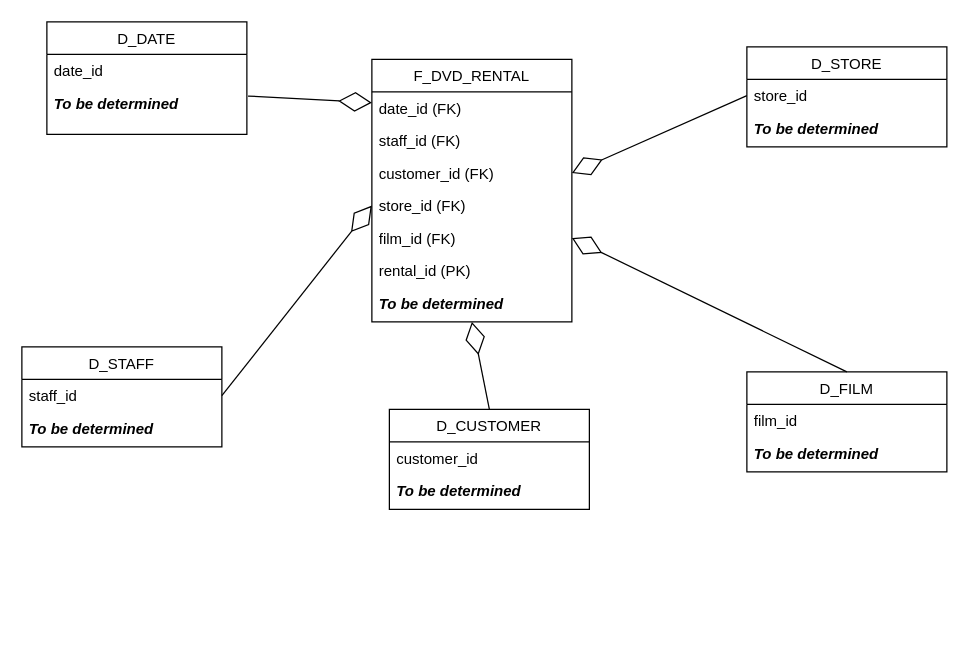
luhoangve24/Diagram keeps this draw.io diagram as Biểu đồ không có tiêu đề.drawio. Above is the earlier version. Source tidied: cells renumbered, new cells numbered last; positions are measured from the earlier drawing's top-left corner, leaving out a move shared by most shapes. Both pictures are drawn from the tidied source at 125%, with x=0, y=0 at pixel (21, 21).
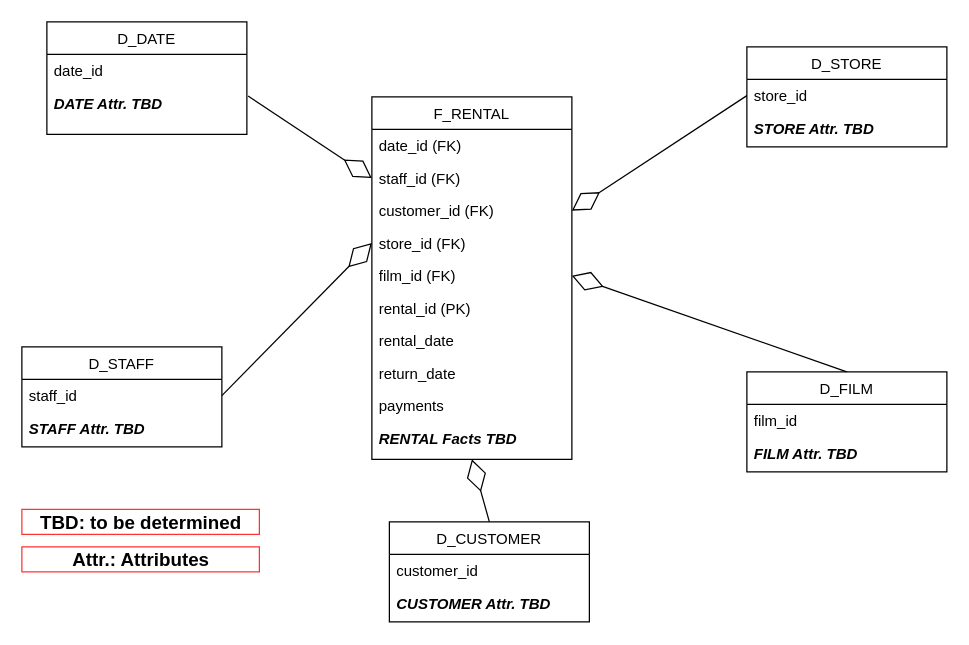
The same diagram, later.

Commit message:
Cập nhật Biểu đồ không có tiêu đề.drawio

Unchanged cells that the change refers to:
```xml
<mxCell id="3" value="date_id (FK)" style="text;align=left;verticalAlign=top;spacingLeft=4;spacingRight=4;overflow=hidden;points=[[0,0.5],[1,0.5]];portConstraint=eastwest;" parent="2" vertex="1">
  <mxGeometry y="26" width="160" height="26" as="geometry" />
</mxCell>
<mxCell id="4" value="staff_id (FK)" style="text;align=left;verticalAlign=top;spacingLeft=4;spacingRight=4;overflow=hidden;points=[[0,0.5],[1,0.5]];portConstraint=eastwest;" parent="2" vertex="1">
  <mxGeometry y="52" width="160" height="26" as="geometry" />
</mxCell>
<mxCell id="10" value="D_DATE" style="swimlane;fontStyle=0;align=center;verticalAlign=top;horizontal=1;startSize=26;rounded=0;shadow=0;strokeWidth=1;" parent="1" vertex="1">
  <mxGeometry x="20" width="160" height="90" as="geometry" />
</mxCell>
<mxCell id="13" value="D_STORE" style="swimlane;fontStyle=0;align=center;verticalAlign=top;horizontal=1;startSize=26;rounded=0;shadow=0;strokeWidth=1;" parent="1" vertex="1">
  <mxGeometry x="580" y="20" width="160" height="80" as="geometry" />
</mxCell>
<mxCell id="16" value="D_FILM" style="swimlane;fontStyle=0;align=center;verticalAlign=top;horizontal=1;startSize=26;rounded=0;shadow=0;strokeWidth=1;" parent="1" vertex="1">
  <mxGeometry x="580" y="280" width="160" height="80" as="geometry" />
</mxCell>
<mxCell id="19" value="D_STAFF" style="swimlane;fontStyle=0;align=center;verticalAlign=top;horizontal=1;startSize=26;rounded=0;shadow=0;strokeWidth=1;" parent="1" vertex="1">
  <mxGeometry y="260" width="160" height="80" as="geometry" />
</mxCell>
```

Change to the diagram source:
```diff
@@
-    <mxCell id="2" value="F_DVD_RENTAL" style="swimlane;fontStyle=0;align=center;verticalAlign=top;horizontal=1;startSize=26;rounded=0;shadow=0;strokeWidth=1;" parent="1" vertex="1">
-      <mxGeometry x="280" y="30" width="160" height="210" as="geometry" />
+    <mxCell id="2" value="F_RENTAL" style="swimlane;fontStyle=0;align=center;verticalAlign=top;horizontal=1;startSize=26;rounded=0;shadow=0;strokeWidth=1;" parent="1" vertex="1">
+      <mxGeometry x="280" y="60" width="160" height="290" as="geometry" />
     </mxCell>
@@
+    <mxCell id="30" value="rental_date" style="text;align=left;verticalAlign=top;spacingLeft=4;spacingRight=4;overflow=hidden;" parent="2" vertex="1">
+      <mxGeometry y="182" width="160" height="26" as="geometry" />
+    </mxCell>
+    <mxCell id="31" value="return_date" style="text;align=left;verticalAlign=top;spacingLeft=4;spacingRight=4;overflow=hidden;" parent="2" vertex="1">
+      <mxGeometry y="208" width="160" height="26" as="geometry" />
+    </mxCell>
+    <mxCell id="32" value="payments" style="text;align=left;verticalAlign=top;spacingLeft=4;spacingRight=4;overflow=hidden;" parent="2" vertex="1">
+      <mxGeometry y="234" width="160" height="26" as="geometry" />
+    </mxCell>
-    <mxCell id="9" value="To be determined" style="text;align=left;verticalAlign=top;spacingLeft=4;spacingRight=4;overflow=hidden;fontStyle=3;" parent="2" vertex="1">
-      <mxGeometry y="182" width="160" height="26" as="geometry" />
+    <mxCell id="9" value="RENTAL Facts TBD" style="text;align=left;verticalAlign=top;spacingLeft=4;spacingRight=4;overflow=hidden;fontStyle=3;" parent="2" vertex="1">
+      <mxGeometry y="260" width="160" height="28" as="geometry" />
     </mxCell>
@@
-    <mxCell id="12" value="To be determined" style="text;align=left;verticalAlign=top;spacingLeft=4;spacingRight=4;overflow=hidden;points=[[0,0.5],[1,0.5]];portConstraint=eastwest;fontStyle=3;" parent="10" vertex="1">
+    <mxCell id="12" value="DATE Attr. TBD" style="text;align=left;verticalAlign=top;spacingLeft=4;spacingRight=4;overflow=hidden;points=[[0,0.5],[1,0.5]];portConstraint=eastwest;fontStyle=3;" parent="10" vertex="1">
       <mxGeometry y="52" width="160" height="26" as="geometry" />
     </mxCell>
@@
-    <mxCell id="15" value="To be determined" style="text;align=left;verticalAlign=top;spacingLeft=4;spacingRight=4;overflow=hidden;fontStyle=3;" parent="13" vertex="1">
+    <mxCell id="15" value="STORE Attr. TBD" style="text;align=left;verticalAlign=top;spacingLeft=4;spacingRight=4;overflow=hidden;fontStyle=3;" parent="13" vertex="1">
       <mxGeometry y="52" width="160" height="26" as="geometry" />
     </mxCell>
@@
-    <mxCell id="18" value="To be determined" style="text;align=left;verticalAlign=top;spacingLeft=4;spacingRight=4;overflow=hidden;fontStyle=3;" parent="16" vertex="1">
+    <mxCell id="18" value="FILM Attr. TBD" style="text;align=left;verticalAlign=top;spacingLeft=4;spacingRight=4;overflow=hidden;fontStyle=3;" parent="16" vertex="1">
       <mxGeometry y="52" width="160" height="26" as="geometry" />
     </mxCell>
@@
-    <mxCell id="21" value="To be determined" style="text;align=left;verticalAlign=top;spacingLeft=4;spacingRight=4;overflow=hidden;fontStyle=3;" parent="19" vertex="1">
+    <mxCell id="21" value="STAFF Attr. TBD" style="text;align=left;verticalAlign=top;spacingLeft=4;spacingRight=4;overflow=hidden;fontStyle=3;" parent="19" vertex="1">
       <mxGeometry y="52" width="160" height="26" as="geometry" />
     </mxCell>
     <mxCell id="22" value="D_CUSTOMER" style="swimlane;fontStyle=0;align=center;verticalAlign=top;horizontal=1;startSize=26;rounded=0;shadow=0;strokeWidth=1;" parent="1" vertex="1">
-      <mxGeometry x="294" y="310" width="160" height="80" as="geometry" />
+      <mxGeometry x="294" y="400" width="160" height="80" as="geometry" />
     </mxCell>
@@
-    <mxCell id="24" value="To be determined" style="text;align=left;verticalAlign=top;spacingLeft=4;spacingRight=4;overflow=hidden;fontStyle=3;" parent="22" vertex="1">
+    <mxCell id="24" value="CUSTOMER Attr. TBD" style="text;align=left;verticalAlign=top;spacingLeft=4;spacingRight=4;overflow=hidden;fontStyle=3;" parent="22" vertex="1">
       <mxGeometry y="52" width="160" height="26" as="geometry" />
     </mxCell>
-    <mxCell id="25" style="endArrow=diamondThin;endFill=0;endSize=24;html=1;rounded=0;exitX=1.006;exitY=0.282;exitDx=0;exitDy=0;exitPerimeter=0;" parent="1" edge="1" source="12" target="3">
+    <mxCell id="25" style="endArrow=diamondThin;endFill=0;endSize=24;html=1;rounded=0;exitX=1.006;exitY=0.282;exitDx=0;exitDy=0;exitPerimeter=0;entryX=0;entryY=0.5;entryDx=0;entryDy=0;" parent="1" edge="1" source="12" target="4">
       <mxGeometry relative="1" as="geometry" />
     </mxCell>
@@
+    <mxCell id="33" value="TBD: to be determined" style="text;strokeColor=#FF3333;fillColor=none;html=1;fontSize=15;fontStyle=1;verticalAlign=middle;align=center;" parent="1" vertex="1">
+      <mxGeometry y="390" width="190" height="20" as="geometry" />
+    </mxCell>
+    <mxCell id="34" value="Attr.: Attributes" style="text;strokeColor=#FF3333;fillColor=none;html=1;fontSize=15;fontStyle=1;verticalAlign=middle;align=center;" parent="1" vertex="1">
+      <mxGeometry y="420" width="190" height="20" as="geometry" />
+    </mxCell>
```
